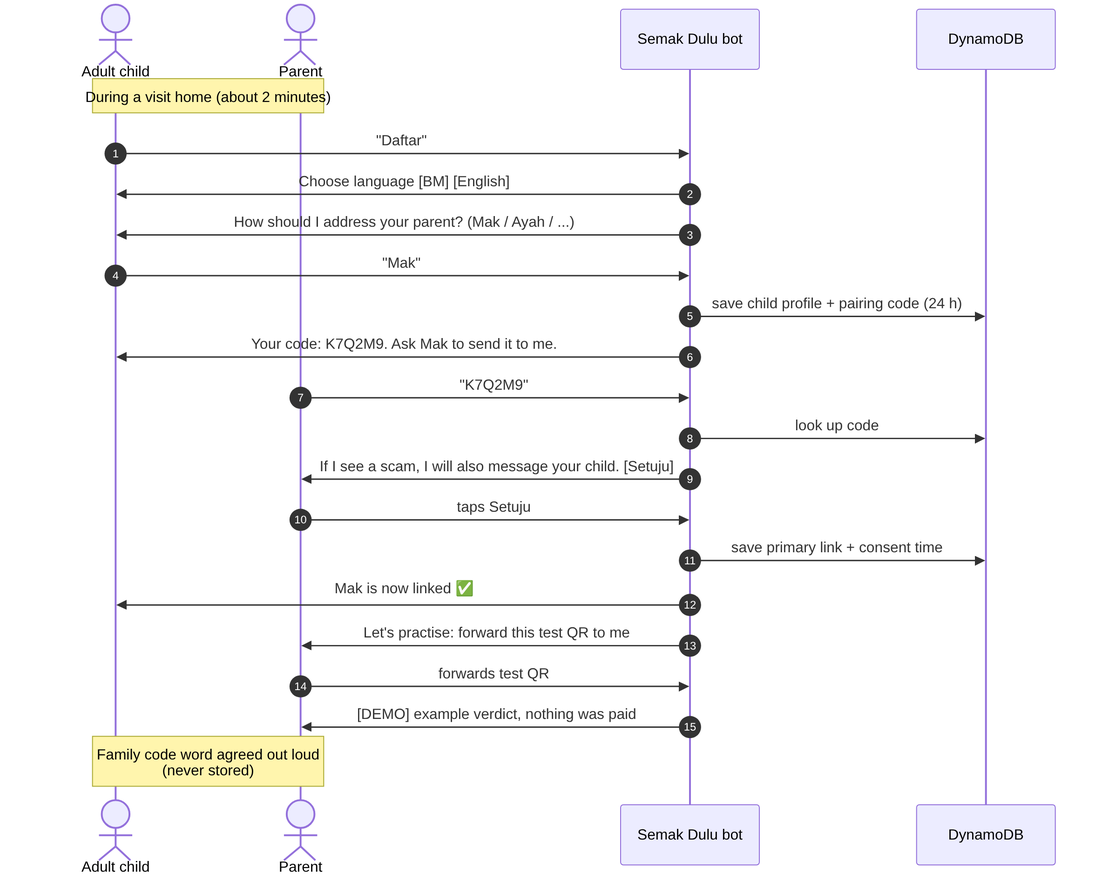
The Mermaid diagram docs/diagrams/04-seq-setup.png in WolffeyX/Public-.env-File-Cybersecurity-and-Digital-Safety, before a commit. Its source is kept beside it as docs/diagrams/04-seq-setup.mmd.
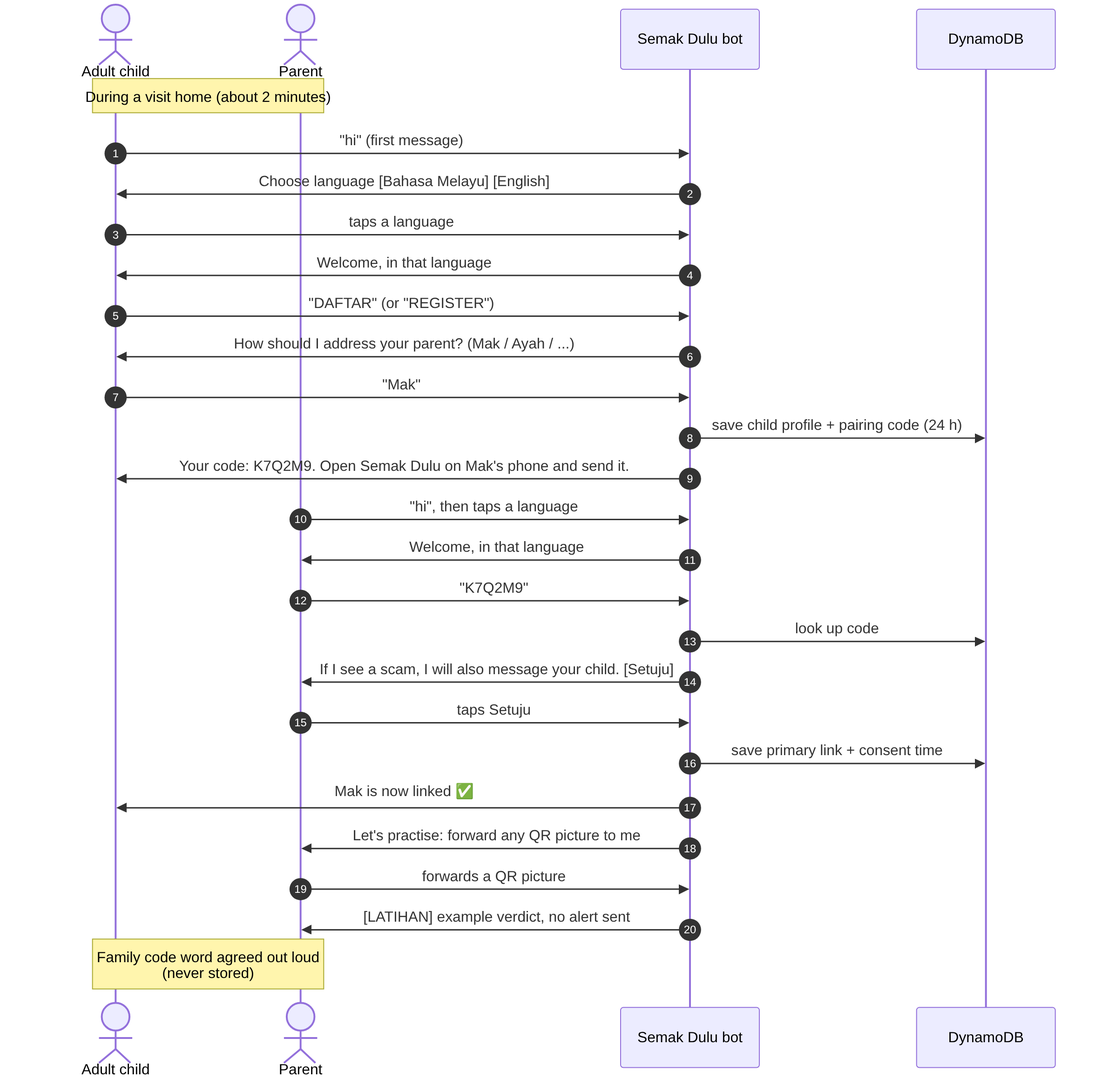
Later version of the same file.

Change to the diagram source:
```diff
@@ -5,19 +5,24 @@
   participant B as Semak Dulu bot
   participant D as DynamoDB
   Note over C,P: During a visit home (about 2 minutes)
-  C->>B: "Daftar"
-  B->>C: Choose language [BM] [English]
+  C->>B: "hi" (first message)
+  B->>C: Choose language [Bahasa Melayu] [English]
+  C->>B: taps a language
+  B->>C: Welcome, in that language
+  C->>B: "DAFTAR" (or "REGISTER")
   B->>C: How should I address your parent? (Mak / Ayah / ...)
   C->>B: "Mak"
   B->>D: save child profile + pairing code (24 h)
-  B->>C: Your code: K7Q2M9. Ask Mak to send it to me.
+  B->>C: Your code: K7Q2M9. Open Semak Dulu on Mak's phone and send it.
+  P->>B: "hi", then taps a language
+  B->>P: Welcome, in that language
   P->>B: "K7Q2M9"
   B->>D: look up code
   B->>P: If I see a scam, I will also message your child. [Setuju]
   P->>B: taps Setuju
   B->>D: save primary link + consent time
   B->>C: Mak is now linked ✅
-  B->>P: Let's practise: forward this test QR to me
-  P->>B: forwards test QR
-  B->>P: [DEMO] example verdict, nothing was paid
+  B->>P: Let's practise: forward any QR picture to me
+  P->>B: forwards a QR picture
+  B->>P: [LATIHAN] example verdict, no alert sent
   Note over C,P: Family code word agreed out loud<br/>(never stored)
```
